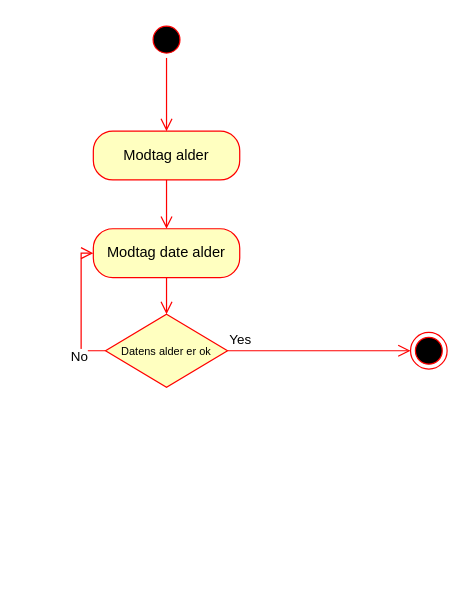
Before: Uge 7 - Metoder/dateTooYoung/Untitled Diagram.drawio in FHallengreen/1.-Semester, a draw.io diagram. Source tidied: cells renumbered, new cells numbered last; positions are measured from the earlier drawing's top-left corner, leaving out a move shared by most shapes. Both pictures are drawn from the tidied source at 122%, with x=0, y=0 at pixel (93, 21).
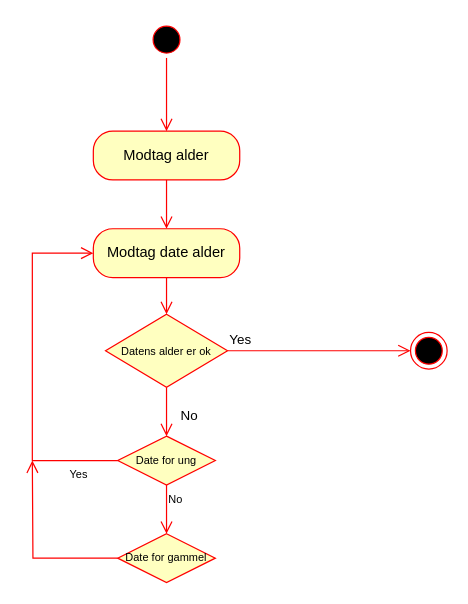
The same page after the edit.

Unchanged cells that the change refers to:
```xml
<mxCell id="6" value="Modtag date alder" style="rounded=1;whiteSpace=wrap;html=1;arcSize=40;fontColor=#000000;fillColor=#ffffc0;strokeColor=#ff0000;" parent="1" vertex="1">
  <mxGeometry y="170" width="120" height="40" as="geometry" />
</mxCell>
<mxCell id="8" value="&lt;font style=&quot;font-size: 9px&quot;&gt;Datens alder er ok&lt;/font&gt;" style="rhombus;whiteSpace=wrap;html=1;fillColor=#ffffc0;strokeColor=#ff0000;" parent="1" vertex="1">
  <mxGeometry x="10" y="240" width="100" height="60" as="geometry" />
</mxCell>
```

Change to the diagram source:
```diff
@@
-    <mxCell id="10" value="No" style="edgeStyle=orthogonalEdgeStyle;html=1;align=left;verticalAlign=top;endArrow=open;endSize=8;strokeColor=#ff0000;rounded=0;entryX=0;entryY=0.5;entryDx=0;entryDy=0;exitX=0;exitY=0.5;exitDx=0;exitDy=0;" parent="1" edge="1" source="8" target="6">
-      <mxGeometry x="-0.5" y="10" relative="1" as="geometry" />
+    <mxCell id="10" value="No" style="edgeStyle=orthogonalEdgeStyle;html=1;align=left;verticalAlign=top;endArrow=open;endSize=8;strokeColor=#ff0000;rounded=0;" parent="1" edge="1" source="8">
+      <mxGeometry x="-0.5" y="10" relative="1" as="geometry">
+        <mxPoint x="60" y="340" as="targetPoint" />
+      </mxGeometry>
     </mxCell>
@@
+    <mxCell id="12" value="Date for ung" style="rhombus;whiteSpace=wrap;html=1;fillColor=#ffffc0;strokeColor=#ff0000;fontSize=9;" parent="1" vertex="1">
+      <mxGeometry x="20" y="340" width="80" height="40" as="geometry" />
+    </mxCell>
+    <mxCell id="13" value="Yes" style="edgeStyle=orthogonalEdgeStyle;html=1;align=left;verticalAlign=bottom;endArrow=open;endSize=8;strokeColor=#ff0000;rounded=0;fontSize=9;entryX=0;entryY=0.5;entryDx=0;entryDy=0;" parent="1" edge="1" source="12" target="6">
+      <mxGeometry x="-0.72" y="20" relative="1" as="geometry">
+        <Array as="points">
+          <mxPoint x="-50" y="360" />
+          <mxPoint x="-50" y="190" />
+        </Array>
+      </mxGeometry>
+    </mxCell>
+    <mxCell id="14" value="No" style="edgeStyle=orthogonalEdgeStyle;html=1;align=left;verticalAlign=top;endArrow=open;endSize=8;strokeColor=#ff0000;rounded=0;fontSize=9;" parent="1" edge="1" source="12">
+      <mxGeometry x="-1" relative="1" as="geometry">
+        <mxPoint x="60" y="420" as="targetPoint" />
+      </mxGeometry>
+    </mxCell>
+    <mxCell id="15" style="edgeStyle=orthogonalEdgeStyle;html=1;verticalAlign=bottom;endArrow=open;endSize=8;strokeColor=#ff0000;rounded=0;fontSize=9;exitX=0;exitY=0.5;exitDx=0;exitDy=0;" parent="1" edge="1" source="16">
+      <mxGeometry relative="1" as="geometry">
+        <mxPoint x="-50" y="360" as="targetPoint" />
+      </mxGeometry>
+    </mxCell>
+    <mxCell id="16" value="Date for gammel" style="rhombus;whiteSpace=wrap;html=1;fillColor=#ffffc0;strokeColor=#ff0000;fontSize=9;" parent="1" vertex="1">
+      <mxGeometry x="20" y="420" width="80" height="40" as="geometry" />
+    </mxCell>
```
